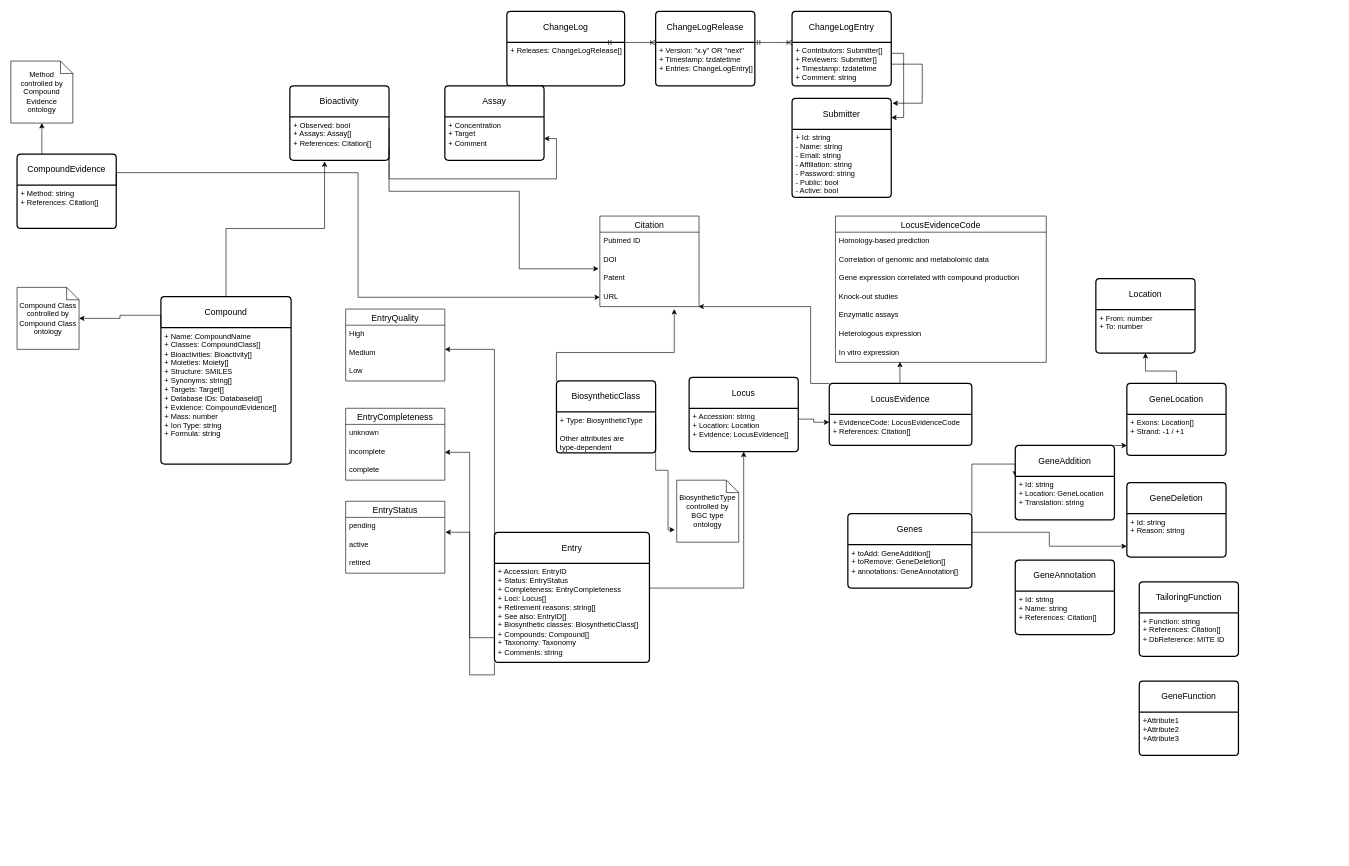
This is mibig.drawio from mibig-secmet/schema, a draw.io file, before an edit. Source tidied: cells renumbered, new cells numbered last; positions are measured from the earlier drawing's top-left corner, leaving out a move shared by most shapes. Both pictures are drawn from the tidied source at 62%, with x=0, y=0 at pixel (11, 11).
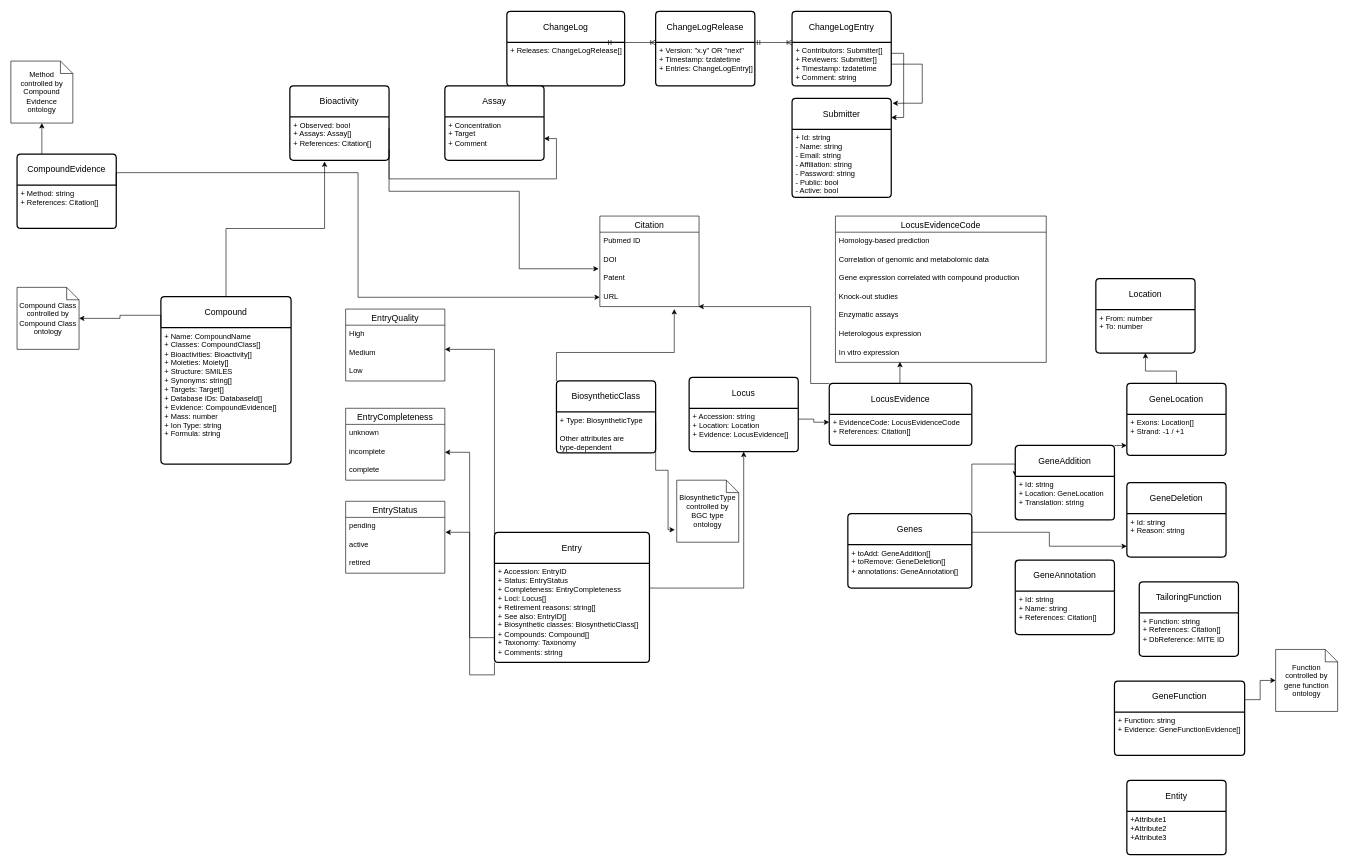
Above is the later version.

Commit message:
drawing: Update schema drawing

Change to the diagram source:
```diff
@@
+    <mxCell id="93" style="edgeStyle=orthogonalEdgeStyle;rounded=0;jettySize=auto;html=1;exitX=1;exitY=0.25;exitDx=0;exitDy=0;" parent="1" edge="1" source="91" target="94">
+      <mxGeometry relative="1" as="geometry" />
+    </mxCell>
     <mxCell id="91" value="GeneFunction" style="swimlane;horizontal=1;startSize=50;rounded=1;fontSize=14;fontStyle=0;strokeWidth=2;shadow=0;dashed=0;align=center;arcSize=4;whiteSpace=wrap;html=1;" parent="1" vertex="1">
-      <mxGeometry x="1820" y="1080" width="160" height="120" as="geometry" />
+      <mxGeometry x="1780" y="1080" width="210" height="120" as="geometry" />
     </mxCell>
-    <mxCell id="92" value="+Attribute1&#10;+Attribute2&#10;+Attribute3" style="align=left;strokeColor=none;fillColor=none;spacingLeft=4;fontSize=12;verticalAlign=top;html=1;" parent="91" vertex="1">
-      <mxGeometry y="50" width="160" height="70" as="geometry" />
+    <mxCell id="92" value="+ Function: string&lt;br&gt;+ Evidence: GeneFunctionEvidence[]&lt;br&gt;" style="align=left;strokeColor=none;fillColor=none;spacingLeft=4;fontSize=12;verticalAlign=top;html=1;" parent="91" vertex="1">
+      <mxGeometry y="50" width="210" height="70" as="geometry" />
     </mxCell>
+    <mxCell id="94" value="Function controlled by gene function ontology" style="shape=note;size=20;whiteSpace=wrap;html=1;" parent="1" vertex="1">
+      <mxGeometry x="2040" y="1029" width="100" height="100" as="geometry" />
+    </mxCell>
+    <mxCell id="95" value="Entity" style="swimlane;horizontal=1;startSize=50;rounded=1;fontSize=14;fontStyle=0;strokeWidth=2;shadow=0;dashed=0;align=center;arcSize=4;whiteSpace=wrap;html=1;" parent="1" vertex="1">
+      <mxGeometry x="1800" y="1240" width="160" height="120" as="geometry" />
+    </mxCell>
+    <mxCell id="96" value="+Attribute1&#10;+Attribute2&#10;+Attribute3" style="align=left;strokeColor=none;fillColor=none;spacingLeft=4;fontSize=12;verticalAlign=top;html=1;" parent="95" vertex="1">
+      <mxGeometry y="50" width="160" height="70" as="geometry" />
+    </mxCell>
```
